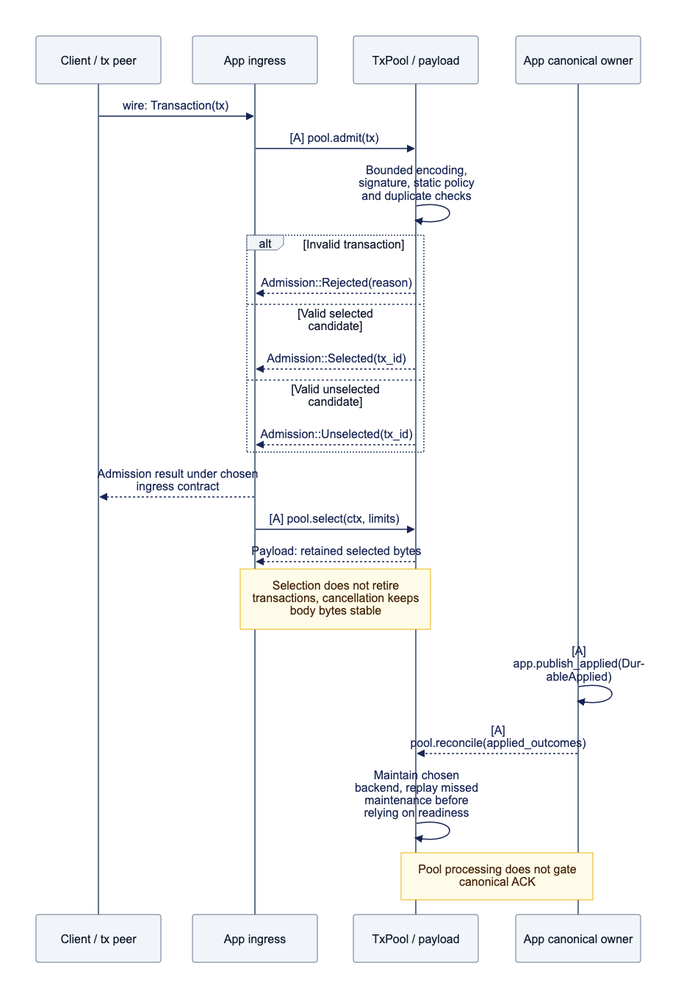
Earlier version of the Mermaid export docs/assets/diagrams/diagram-03.png (djm07073/baton). Its source is kept beside it as docs/assets/diagrams/diagram-03.mmd. Its diagram source:
```mermaid
sequenceDiagram
    participant C as Client / tx peer
    participant A as App ingress
    participant P as TxPool / payload
    participant W as App canonical owner
    C->>A: wire: Transaction(tx)
    A->>P: [A] pool.admit(tx)
    P->>P: Bounded encoding, signature, static policy and duplicate checks
    alt Invalid transaction
        P-->>A: Admission::Rejected(reason)
    else Valid selected candidate
        P-->>A: Admission::Selected(tx_id)
    else Valid unselected candidate
        P-->>A: Admission::Unselected(tx_id)
    end
    A-->>C: Admission result under chosen ingress contract
    A->>P: [A] pool.select(ctx, limits)
    P-->>A: Payload: retained selected bytes
    Note over A,P: Selection does not retire transactions, cancellation keeps body bytes stable
    W->>W: [A] app.publish_applied(DurableApplied)
    W-->>P: [A] pool.reconcile(applied_outcomes)
    P->>P: Maintain chosen backend, replay missed maintenance before relying on readiness
    Note over W,P: Pool processing does not gate canonical ACK
```
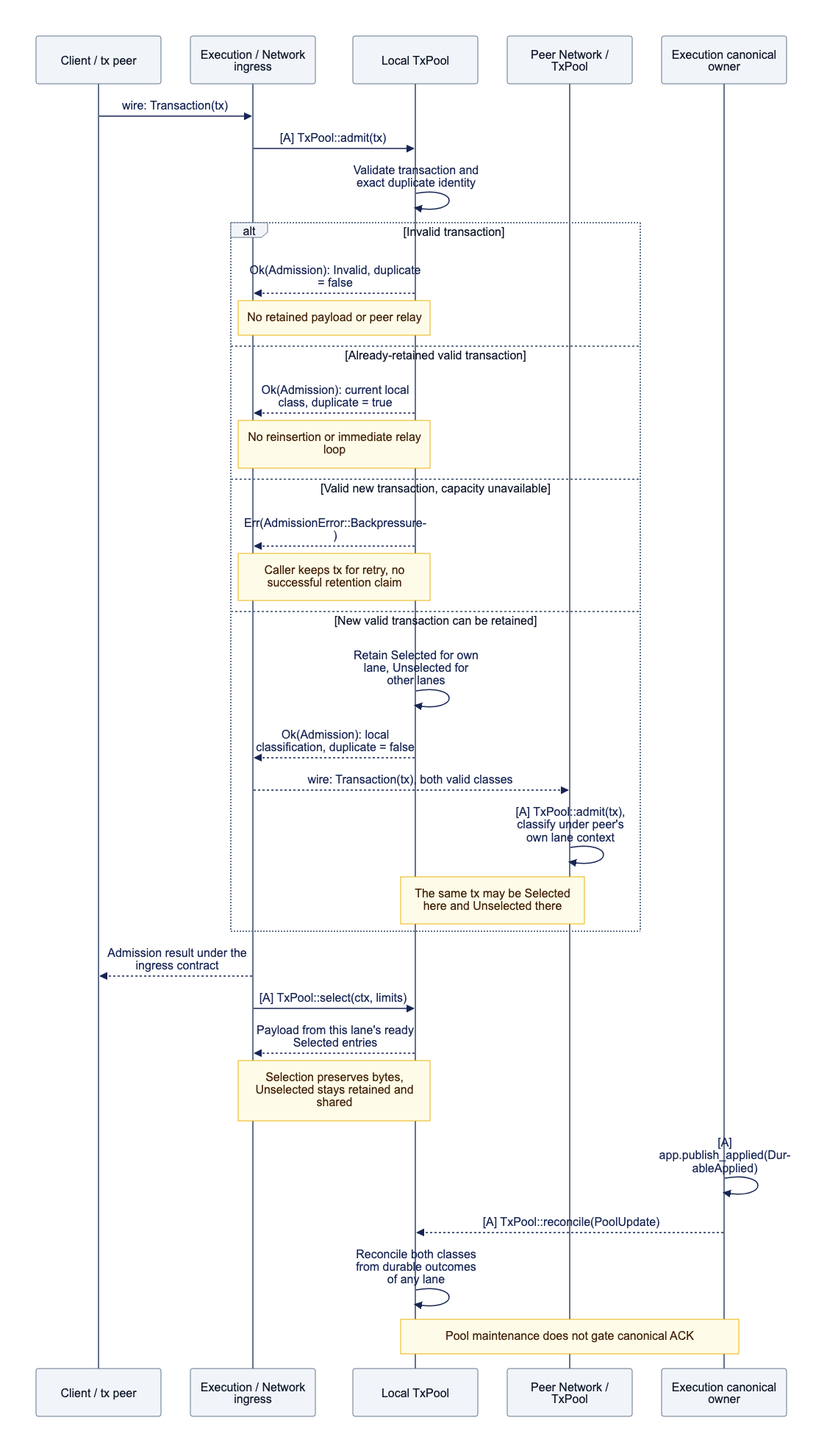
The same diagram one commit later.

The edit, as a diff of the source:
```diff
@@ -1,23 +1,33 @@
 sequenceDiagram
     participant C as Client / tx peer
-    participant A as App ingress
-    participant P as TxPool / payload
-    participant W as App canonical owner
+    participant A as Execution / Network ingress
+    participant P as Local TxPool
+    participant Q as Peer Network / TxPool
+    participant W as Execution canonical owner
     C->>A: wire: Transaction(tx)
-    A->>P: [A] pool.admit(tx)
-    P->>P: Bounded encoding, signature, static policy and duplicate checks
+    A->>P: [A] TxPool::admit(tx)
+    P->>P: Validate transaction and exact duplicate identity
     alt Invalid transaction
-        P-->>A: Admission::Rejected(reason)
-    else Valid selected candidate
-        P-->>A: Admission::Selected(tx_id)
-    else Valid unselected candidate
-        P-->>A: Admission::Unselected(tx_id)
+        P-->>A: Ok(Admission): Invalid, duplicate = false
+        Note over A,P: No retained payload or peer relay
+    else Already-retained valid transaction
+        P-->>A: Ok(Admission): current local class, duplicate = true
+        Note over A,P: No reinsertion or immediate relay loop
+    else Valid new transaction, capacity unavailable
+        P-->>A: Err(AdmissionError::Backpressure)
+        Note over A,P: Caller keeps tx for retry, no successful retention claim
+    else New valid transaction can be retained
+        P->>P: Retain Selected for own lane, Unselected for other lanes
+        P-->>A: Ok(Admission): local classification, duplicate = false
+        A-->>Q: wire: Transaction(tx), both valid classes
+        Q->>Q: [A] TxPool::admit(tx), classify under peer's own lane context
+        Note over P,Q: The same tx may be Selected here and Unselected there
     end
-    A-->>C: Admission result under chosen ingress contract
-    A->>P: [A] pool.select(ctx, limits)
-    P-->>A: Payload: retained selected bytes
-    Note over A,P: Selection does not retire transactions, cancellation keeps body bytes stable
+    A-->>C: Admission result under the ingress contract
+    A->>P: [A] TxPool::select(ctx, limits)
+    P-->>A: Payload from this lane's ready Selected entries
+    Note over A,P: Selection preserves bytes, Unselected stays retained and shared
     W->>W: [A] app.publish_applied(DurableApplied)
-    W-->>P: [A] pool.reconcile(applied_outcomes)
-    P->>P: Maintain chosen backend, replay missed maintenance before relying on readiness
-    Note over W,P: Pool processing does not gate canonical ACK
+    W-->>P: [A] TxPool::reconcile(PoolUpdate)
+    P->>P: Reconcile both classes from durable outcomes of any lane
+    Note over W,P: Pool maintenance does not gate canonical ACK
```
